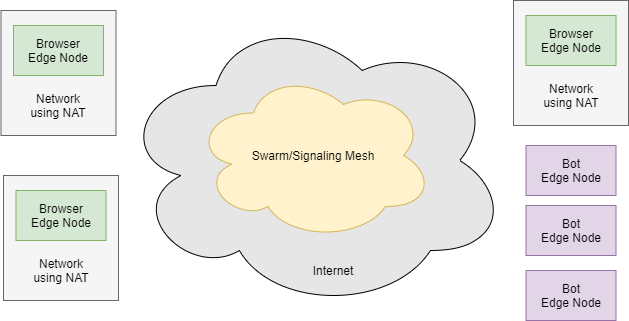
Earlier version of the draw.io export docs/content/diagrams/network-overview.png (dxos/mesh). Source tidied: cells renumbered, new cells last; positions are measured from the earlier drawing's top-left corner, leaving out a move shared by most shapes.
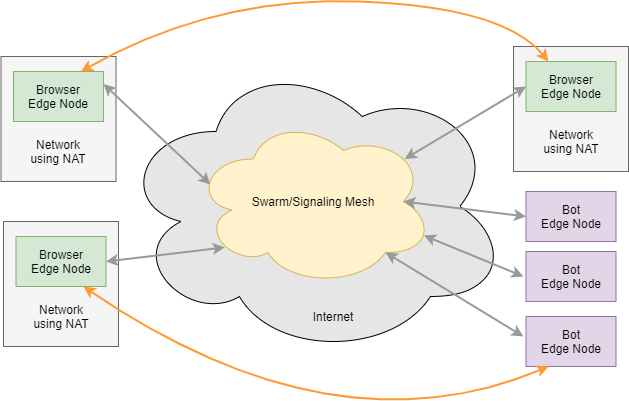
Above is the later version.

Change to the diagram source:
```diff
@@ -56,5 +56,44 @@
     <mxCell id="19" value="Internet" style="text;html=1;strokeColor=none;fillColor=none;align=center;verticalAlign=middle;whiteSpace=wrap;rounded=0;" parent="1" vertex="1">
       <mxGeometry x="297" y="260" width="70" height="20" as="geometry" />
     </mxCell>
+    <mxCell id="20" style="curved=1;endArrow=classic;html=1;strokeWidth=2;strokeColor=#FF9933;startArrow=classic;startFill=1;exitX=0.75;exitY=0;exitDx=0;exitDy=0;entryX=0.25;entryY=0;entryDx=0;entryDy=0;" parent="1" edge="1" source="6" target="14">
+      <mxGeometry relative="1" as="geometry">
+        <Array as="points">
+          <mxPoint x="212" y="-50" />
+          <mxPoint x="502" y="-40" />
+        </Array>
+      </mxGeometry>
+    </mxCell>
+    <mxCell id="21" style="curved=1;endArrow=classic;html=1;strokeWidth=2;strokeColor=#FF9933;startArrow=classic;startFill=1;exitX=0.75;exitY=1;exitDx=0;exitDy=0;entryX=0.25;entryY=1;entryDx=0;entryDy=0;" parent="1" edge="1" source="10" target="18">
+      <mxGeometry relative="1" as="geometry">
+        <Array as="points">
+          <mxPoint x="332" y="410" />
+        </Array>
+      </mxGeometry>
+    </mxCell>
+    <mxCell id="22" style="endArrow=classic;startArrow=classic;html=1;strokeColor=#999999;strokeWidth=2;entryX=0;entryY=0.5;entryDx=0;entryDy=0;exitX=0.88;exitY=0.25;exitDx=0;exitDy=0;exitPerimeter=0;" parent="1" edge="1" source="3" target="14">
+      <mxGeometry relative="1" as="geometry" />
+    </mxCell>
+    <mxCell id="23" style="endArrow=classic;startArrow=classic;html=1;strokeColor=#999999;strokeWidth=2;entryX=1;entryY=0.5;entryDx=0;entryDy=0;exitX=0.13;exitY=0.77;exitDx=0;exitDy=0;exitPerimeter=0;" parent="1" edge="1" source="3" target="10">
+      <mxGeometry relative="1" as="geometry" />
+    </mxCell>
+    <mxCell id="24" style="endArrow=classic;startArrow=classic;html=1;strokeColor=#999999;strokeWidth=2;exitX=1;exitY=0.25;exitDx=0;exitDy=0;" parent="1" edge="1" source="6">
+      <mxGeometry relative="1" as="geometry">
+        <mxPoint x="209" y="138" as="targetPoint" />
+      </mxGeometry>
+    </mxCell>
+    <mxCell id="25" style="endArrow=classic;startArrow=classic;html=1;strokeColor=#999999;strokeWidth=2;entryX=0;entryY=0.5;entryDx=0;entryDy=0;exitX=0.875;exitY=0.5;exitDx=0;exitDy=0;exitPerimeter=0;" parent="1" edge="1" source="3" target="16">
+      <mxGeometry relative="1" as="geometry" />
+    </mxCell>
+    <mxCell id="26" style="endArrow=classic;startArrow=classic;html=1;strokeColor=#999999;strokeWidth=2;exitX=0.96;exitY=0.7;exitDx=0;exitDy=0;exitPerimeter=0;" parent="1" edge="1" source="3">
+      <mxGeometry relative="1" as="geometry">
+        <mxPoint x="522" y="230" as="targetPoint" />
+      </mxGeometry>
+    </mxCell>
+    <mxCell id="27" style="endArrow=classic;startArrow=classic;html=1;strokeColor=#999999;strokeWidth=2;exitX=0.8;exitY=0.8;exitDx=0;exitDy=0;exitPerimeter=0;" parent="1" edge="1" source="3">
+      <mxGeometry relative="1" as="geometry">
+        <mxPoint x="522" y="290" as="targetPoint" />
+      </mxGeometry>
+    </mxCell>
   </root>
 </mxGraphModel>
```
